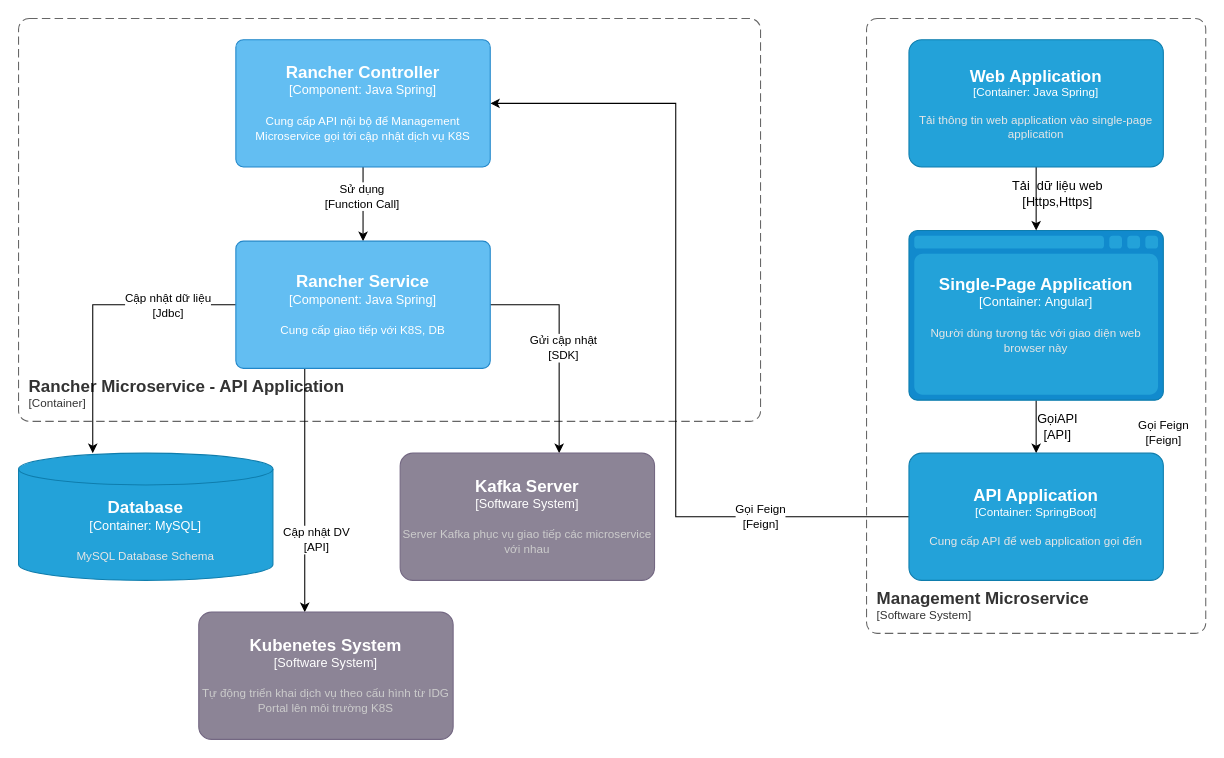
Earlier version of the draw.io diagram Idg-Portal lv3 api rancher.drawio (dangngocsoncntt/draw.io). Source tidied: cells renumbered, new cells numbered last; positions are measured from the earlier drawing's top-left corner, leaving out a move shared by most shapes. Both pictures are drawn from the tidied source at 106%, with x=0, y=0 at pixel (18, 18).
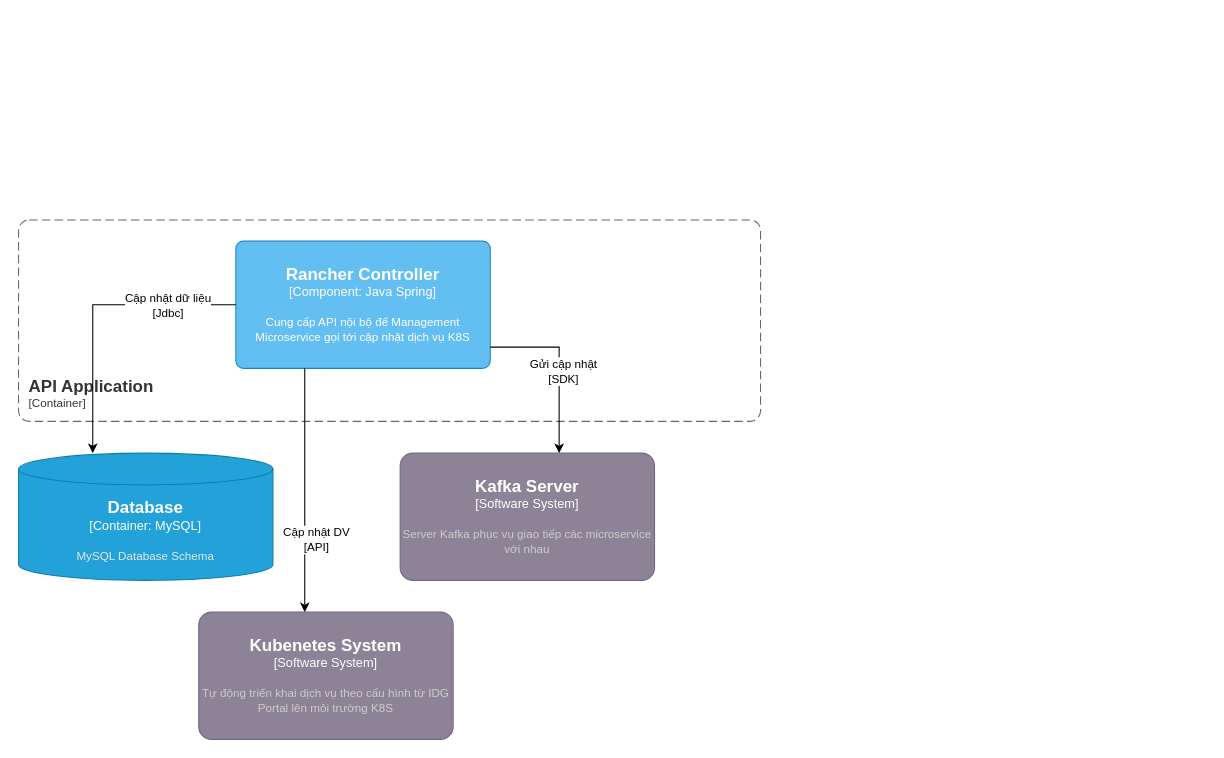
Above is the later version.

Unchanged cells that the change refers to:
```xml
<object id="24" label="&lt;font style=&quot;font-size: 16px&quot;&gt;&lt;b&gt;%c4Type%&lt;/b&gt;&lt;/font&gt;&lt;div&gt;[%c4Container%:&amp;nbsp;%c4Technology%]&lt;/div&gt;&lt;br&gt;&lt;div&gt;&lt;font style=&quot;font-size: 11px&quot;&gt;&lt;font color=&quot;#E6E6E6&quot;&gt;%c4Description%&lt;/font&gt;&lt;/div&gt;" c4Container="Container" c4Description="MySQL Database Schema" c4Technology="MySQL" c4Type="Database" placeholders="1">
  <mxCell style="shape=cylinder3;size=15;whiteSpace=wrap;html=1;boundedLbl=1;rounded=0;labelBackgroundColor=none;fillColor=#23A2D9;fontSize=12;fontColor=#ffffff;align=center;strokeColor=#0E7DAD;points=[[0.5,0,0],[1,0.25,0],[1,0.5,0],[1,0.75,0],[0.5,1,0],[0,0.75,0],[0,0.5,0],[0,0.25,0]];" parent="1" vertex="1">
    <mxGeometry y="410" width="240" height="120" as="geometry" />
  </mxCell>
</object>
<object id="25" label="&lt;font style=&quot;font-size: 16px&quot;&gt;&lt;b&gt;%c4Name%&lt;/b&gt;&lt;/font&gt;&lt;div&gt;[%c4Type%]&lt;/div&gt;&lt;br&gt;&lt;div&gt;&lt;font style=&quot;font-size: 11px&quot;&gt;&lt;font color=&quot;#cccccc&quot;&gt;%c4Description%&lt;/font&gt;&lt;/div&gt;" c4Description="Server Kafka phục vụ giao tiếp các microservice với nhau" c4Name="Kafka Server" c4Type="Software System" placeholders="1">
  <mxCell style="rounded=1;whiteSpace=wrap;html=1;labelBackgroundColor=none;fillColor=#8C8496;fontColor=#ffffff;align=center;arcSize=10;strokeColor=#736782;points=[[0.25,0,0],[0.5,0,0],[0.75,0,0],[1,0.25,0],[1,0.5,0],[1,0.75,0],[0.75,1,0],[0.5,1,0],[0.25,1,0],[0,0.75,0],[0,0.5,0],[0,0.25,0]];" parent="1" vertex="1">
    <mxGeometry x="360" y="410" width="240" height="120" as="geometry" />
  </mxCell>
</object>
<object id="26" label="&lt;font style=&quot;font-size: 16px&quot;&gt;&lt;b&gt;%c4Name%&lt;/b&gt;&lt;/font&gt;&lt;div&gt;[%c4Type%]&lt;/div&gt;&lt;br&gt;&lt;div&gt;&lt;font style=&quot;font-size: 11px&quot;&gt;&lt;font color=&quot;#cccccc&quot;&gt;%c4Description%&lt;/font&gt;&lt;/div&gt;" c4Description="Tự động triển khai dịch vụ theo cấu hình từ IDG Portal lên môi trường K8S" c4Name="Kubenetes System" c4Type="Software System" placeholders="1">
  <mxCell style="rounded=1;whiteSpace=wrap;html=1;labelBackgroundColor=none;fillColor=#8C8496;fontColor=#ffffff;align=center;arcSize=10;strokeColor=#736782;points=[[0.25,0,0],[0.5,0,0],[0.75,0,0],[1,0.25,0],[1,0.5,0],[1,0.75,0],[0.75,1,0],[0.5,1,0],[0.25,1,0],[0,0.75,0],[0,0.5,0],[0,0.25,0]];" parent="1" vertex="1">
    <mxGeometry x="170" y="560" width="240" height="120" as="geometry" />
  </mxCell>
</object>
```

What changed in the source:
```diff
@@
-    <object id="2" label="&lt;font style=&quot;font-size: 16px&quot;&gt;&lt;b&gt;&lt;div style=&quot;text-align: left&quot;&gt;%c4Name%&lt;/div&gt;&lt;/b&gt;&lt;/font&gt;&lt;div style=&quot;text-align: left&quot;&gt;[%c4Application%]&lt;/div&gt;" c4Application="Container" c4Name="Rancher Microservice - API Application" placeholders="1">
+    <object id="2" label="&lt;font style=&quot;font-size: 16px&quot;&gt;&lt;b&gt;&lt;div style=&quot;text-align: left&quot;&gt;%c4Name%&lt;/div&gt;&lt;/b&gt;&lt;/font&gt;&lt;div style=&quot;text-align: left&quot;&gt;[%c4Application%]&lt;/div&gt;" c4Application="Container" c4Name="API Application" placeholders="1">
       <mxCell style="rounded=1;fontSize=11;whiteSpace=wrap;html=1;dashed=1;arcSize=20;fillColor=none;strokeColor=#666666;fontColor=#333333;labelBackgroundColor=none;align=left;verticalAlign=bottom;labelBorderColor=none;spacingTop=0;spacing=10;dashPattern=8 4;perimeter=rectanglePerimeter;noLabel=0;labelPadding=0;absoluteArcSize=1;" parent="1" vertex="1">
-        <mxGeometry width="700" height="380" as="geometry" />
+        <mxGeometry y="190" width="700" height="190" as="geometry" />
       </mxCell>
     </object>
-    <mxCell id="3" style="edgeStyle=orthogonalEdgeStyle;rounded=0;jettySize=auto;html=1;" parent="1" edge="1" source="4" target="10">
-      <mxGeometry relative="1" as="geometry" />
-    </mxCell>
-    <object id="4" label="&lt;font style=&quot;font-size: 16px&quot;&gt;&lt;b&gt;%c4Type%&lt;/b&gt;&lt;/font&gt;&lt;div&gt;[%c4Container%:&amp;nbsp;%c4Technology%]&lt;/div&gt;&lt;br&gt;&lt;div&gt;&lt;font style=&quot;font-size: 11px&quot;&gt;&lt;font color=&quot;#E6E6E6&quot;&gt;%c4Description%&lt;/font&gt;&lt;/div&gt;" c4Container="Container" c4Description="Người dùng tương tác với giao diện web browser này" c4Technology="Angular" c4Type="Single-Page Application" placeholders="1">
-      <mxCell style="shape=mxgraph.c4.webBrowserContainer2;whiteSpace=wrap;html=1;boundedLbl=1;rounded=0;labelBackgroundColor=none;strokeColor=#118ACD;fillColor=#23A2D9;strokeColor=#118ACD;strokeColor2=#0E7DAD;fontSize=12;fontColor=#ffffff;align=center;points=[[0.5,0,0],[1,0.25,0],[1,0.5,0],[1,0.75,0],[0.5,1,0],[0,0.75,0],[0,0.5,0],[0,0.25,0]];" parent="1" vertex="1">
-        <mxGeometry x="840" y="200" width="240" height="160" as="geometry" />
-      </mxCell>
-    </object>
-    <mxCell id="5" style="edgeStyle=orthogonalEdgeStyle;rounded=0;jettySize=auto;html=1;" parent="1" edge="1" source="6" target="4">
-      <mxGeometry relative="1" as="geometry" />
-    </mxCell>
-    <object id="6" label="&lt;font style=&quot;font-size: 16px&quot;&gt;&lt;b&gt;%c4Name%&lt;/b&gt;&lt;/font&gt;&lt;div&gt;[%c4Type%: %c4Technology%]&lt;/div&gt;&lt;br&gt;&lt;div&gt;&lt;font style=&quot;font-size: 11px&quot;&gt;&lt;font color=&quot;#E6E6E6&quot;&gt;%c4Description%&lt;/font&gt;&lt;/div&gt;" c4Description="Tải thông tin web application vào single-page application" c4Name="Web Application" c4Technology="Java Spring" c4Type="Container" placeholders="1">
-      <mxCell style="rounded=1;whiteSpace=wrap;html=1;fontSize=11;labelBackgroundColor=none;fillColor=#23A2D9;fontColor=#ffffff;align=center;arcSize=10;strokeColor=#0E7DAD;points=[[0.25,0,0],[0.5,0,0],[0.75,0,0],[1,0.25,0],[1,0.5,0],[1,0.75,0],[0.75,1,0],[0.5,1,0],[0.25,1,0],[0,0.75,0],[0,0.5,0],[0,0.25,0]];" parent="1" vertex="1">
-        <mxGeometry x="840" y="20" width="240" height="120" as="geometry" />
-      </mxCell>
-    </object>
-    <mxCell id="7" value="Gọi Feign&lt;br&gt;[Feign]" style="edgeLabel;html=1;align=center;verticalAlign=middle;" parent="1" vertex="1">
-      <mxGeometry x="1079.8" y="390" as="geometry" />
-    </mxCell>
-    <mxCell id="8" style="edgeStyle=orthogonalEdgeStyle;rounded=0;jettySize=auto;html=1;" parent="1" edge="1" source="10" target="16">
-      <mxGeometry relative="1" as="geometry">
-        <Array as="points">
-          <mxPoint x="620" y="470" />
-          <mxPoint x="620" y="80" />
-        </Array>
-      </mxGeometry>
-    </mxCell>
-    <mxCell id="9" value="Gọi Feign&lt;br&gt;[Feign]" style="edgeLabel;html=1;align=center;verticalAlign=middle;" parent="8" vertex="1">
-      <mxGeometry x="-0.64" y="-1" relative="1" as="geometry" />
-    </mxCell>
-    <object id="10" label="&lt;font style=&quot;font-size: 16px&quot;&gt;&lt;b&gt;%c4Name%&lt;/b&gt;&lt;/font&gt;&lt;div&gt;[%c4Type%: %c4Technology%]&lt;/div&gt;&lt;br&gt;&lt;div&gt;&lt;font style=&quot;font-size: 11px&quot;&gt;&lt;font color=&quot;#E6E6E6&quot;&gt;%c4Description%&lt;/font&gt;&lt;/div&gt;" c4Description="Cung cấp API để web application gọi đến " c4Name="API Application" c4Technology="SpringBoot" c4Type="Container" placeholders="1">
-      <mxCell style="rounded=1;whiteSpace=wrap;html=1;fontSize=11;labelBackgroundColor=none;fillColor=#23A2D9;fontColor=#ffffff;align=center;arcSize=10;strokeColor=#0E7DAD;points=[[0.25,0,0],[0.5,0,0],[0.75,0,0],[1,0.25,0],[1,0.5,0],[1,0.75,0],[0.75,1,0],[0.5,1,0],[0.25,1,0],[0,0.75,0],[0,0.5,0],[0,0.25,0]];" parent="1" vertex="1">
-        <mxGeometry x="840" y="410" width="240" height="120" as="geometry" />
-      </mxCell>
-    </object>
-    <object id="11" label="&lt;font style=&quot;font-size: 16px&quot;&gt;&lt;b&gt;&lt;div style=&quot;text-align: left&quot;&gt;%c4Name%&lt;/div&gt;&lt;/b&gt;&lt;/font&gt;&lt;div style=&quot;text-align: left&quot;&gt;[%c4Application%]&lt;/div&gt;" c4Application="Software System" c4Name="Management Microservice" placeholders="1">
-      <mxCell style="rounded=1;fontSize=11;whiteSpace=wrap;html=1;dashed=1;arcSize=20;fillColor=none;strokeColor=#666666;fontColor=#333333;labelBackgroundColor=none;align=left;verticalAlign=bottom;labelBorderColor=none;spacingTop=0;spacing=10;dashPattern=8 4;perimeter=rectanglePerimeter;noLabel=0;labelPadding=0;absoluteArcSize=1;" parent="1" vertex="1">
-        <mxGeometry x="800" width="320" height="580" as="geometry" />
-      </mxCell>
-    </object>
-    <mxCell id="12" value="Tải&amp;nbsp; dữ liệu web&lt;br&gt;[Https,Https]" style="text;html=1;align=center;verticalAlign=middle;strokeColor=none;fillColor=none;" parent="1" vertex="1">
-      <mxGeometry x="925" y="145" width="110" height="40" as="geometry" />
-    </mxCell>
-    <mxCell id="13" value="GọiAPI&lt;br&gt;[API]" style="text;html=1;align=center;verticalAlign=middle;strokeColor=none;fillColor=none;" parent="1" vertex="1">
-      <mxGeometry x="950" y="365" width="60" height="40" as="geometry" />
-    </mxCell>
-    <mxCell id="14" style="edgeStyle=orthogonalEdgeStyle;rounded=0;jettySize=auto;html=1;" parent="1" edge="1" source="16" target="23">
-      <mxGeometry relative="1" as="geometry" />
-    </mxCell>
-    <mxCell id="15" value="Sử dụng&lt;br&gt;[Function Call]" style="edgeLabel;html=1;align=center;verticalAlign=middle;" parent="14" vertex="1">
-      <mxGeometry x="-0.23" y="-2" relative="1" as="geometry" />
-    </mxCell>
     <object id="16" label="&lt;font style=&quot;font-size: 16px&quot;&gt;&lt;b&gt;%c4Name%&lt;/b&gt;&lt;/font&gt;&lt;div&gt;[%c4Type%: %c4Technology%]&lt;/div&gt;&lt;br&gt;&lt;div&gt;&lt;font style=&quot;font-size: 11px&quot;&gt;%c4Description%&lt;/font&gt;&lt;/div&gt;" c4Description="Cung cấp API nội bộ để Management Microservice gọi tới cập nhật dịch vụ K8S" c4Name="Rancher Controller" c4Technology="Java Spring" c4Type="Component" placeholders="1">
       <mxCell style="rounded=1;whiteSpace=wrap;html=1;labelBackgroundColor=none;fillColor=#63BEF2;fontColor=#ffffff;align=center;arcSize=6;strokeColor=#2086C9;points=[[0.25,0,0],[0.5,0,0],[0.75,0,0],[1,0.25,0],[1,0.5,0],[1,0.75,0],[0.75,1,0],[0.5,1,0],[0.25,1,0],[0,0.75,0],[0,0.5,0],[0,0.25,0]];" parent="1" vertex="1">
-        <mxGeometry x="205" y="20" width="240" height="120" as="geometry" />
+        <mxGeometry x="205" y="210" width="240" height="120" as="geometry" />
       </mxCell>
     </object>
-    <mxCell id="17" style="edgeStyle=orthogonalEdgeStyle;rounded=0;jettySize=auto;html=1;" parent="1" edge="1" source="23" target="24">
+    <mxCell id="17" style="edgeStyle=orthogonalEdgeStyle;rounded=0;jettySize=auto;html=1;" parent="1" edge="1" source="16" target="24">
       <mxGeometry relative="1" as="geometry">
         <Array as="points">
+          <mxPoint x="250" y="270" />
           <mxPoint x="70" y="270" />
         </Array>
       </mxGeometry>
     </mxCell>
@@
-    <mxCell id="19" style="edgeStyle=orthogonalEdgeStyle;rounded=0;jettySize=auto;html=1;" parent="1" edge="1" source="23" target="25">
+    <mxCell id="19" style="edgeStyle=orthogonalEdgeStyle;rounded=0;jettySize=auto;html=1;" parent="1" edge="1" source="16" target="25">
       <mxGeometry relative="1" as="geometry">
         <Array as="points">
-          <mxPoint x="510" y="270" />
+          <mxPoint x="510" y="310" />
         </Array>
       </mxGeometry>
     </mxCell>
@@
-    <mxCell id="21" style="edgeStyle=orthogonalEdgeStyle;rounded=0;jettySize=auto;html=1;" parent="1" edge="1" source="23" target="26">
+    <mxCell id="21" style="edgeStyle=orthogonalEdgeStyle;rounded=0;jettySize=auto;html=1;" parent="1" edge="1" target="26">
       <mxGeometry relative="1" as="geometry">
+        <mxPoint x="270" y="330" as="sourcePoint" />
         <Array as="points">
           <mxPoint x="270" y="420" />
           <mxPoint x="270" y="420" />
         </Array>
       </mxGeometry>
     </mxCell>
@@
-    <object id="23" label="&lt;font style=&quot;font-size: 16px&quot;&gt;&lt;b&gt;%c4Name%&lt;/b&gt;&lt;/font&gt;&lt;div&gt;[%c4Type%: %c4Technology%]&lt;/div&gt;&lt;br&gt;&lt;div&gt;&lt;font style=&quot;font-size: 11px&quot;&gt;%c4Description%&lt;/font&gt;&lt;/div&gt;" c4Description="Cung cấp giao tiếp với K8S, DB" c4Name="Rancher Service" c4Technology="Java Spring" c4Type="Component" placeholders="1">
-      <mxCell style="rounded=1;whiteSpace=wrap;html=1;labelBackgroundColor=none;fillColor=#63BEF2;fontColor=#ffffff;align=center;arcSize=6;strokeColor=#2086C9;points=[[0.25,0,0],[0.5,0,0],[0.75,0,0],[1,0.25,0],[1,0.5,0],[1,0.75,0],[0.75,1,0],[0.5,1,0],[0.25,1,0],[0,0.75,0],[0,0.5,0],[0,0.25,0]];" parent="1" vertex="1">
-        <mxGeometry x="205" y="210" width="240" height="120" as="geometry" />
-      </mxCell>
-    </object>
```
